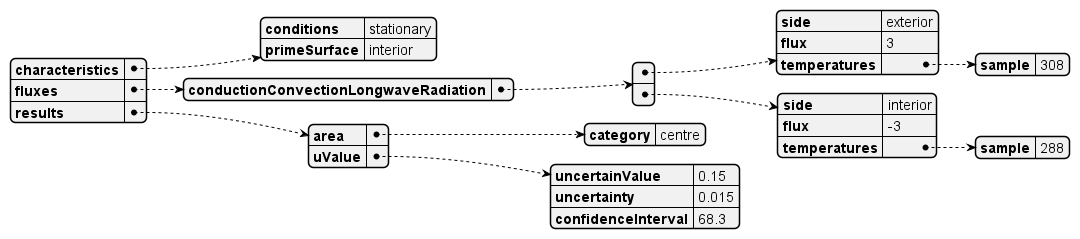
Earlier version of the PlantUML export docs/diagrams/out/calorimetricData/uValueOpaqueInsulationLayer/uValueOpaqueInsulation.png (building-envelope-data/api). Its diagram source:
```plantuml
@startjson uValueOpaqueInsulation
{
  "characteristics": {
    "conditions": "stationary",
    "primeSurface": "interior"
  },
  "fluxes": {
    "conductionConvectionLongwaveRadiation": [
      {
        "side": "exterior",
        "flux": 3,
        "temperatures": { "sample": 308 }
      },
      {
        "side": "interior",
        "flux": -3,
        "temperatures": { "sample": 288 }
      }
    ]
  },
  "results": {
    "area": {
      "category": "centre"
    },
    "uValue": {
      "uncertainValue": 0.15,
      "uncertainty": 0.015,
      "confidenceInterval": 68.3
    }
  }
}
@endjson
```
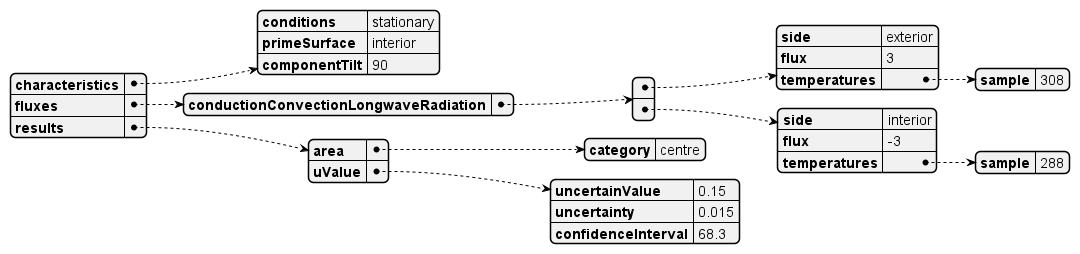
The same file after the commit.

Commit message:
Add `componentTilt` angle to calorimetricData.json

Diff of the diagram source:
```diff
@@ -2,7 +2,8 @@
 {
   "characteristics": {
     "conditions": "stationary",
-    "primeSurface": "interior"
+    "primeSurface": "interior",
+    "componentTilt": 90
   },
   "fluxes": {
     "conductionConvectionLongwaveRadiation": [
```
